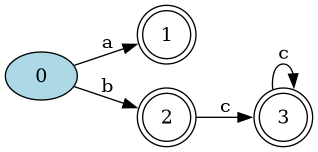
Earlier version of the Graphviz export DFA.png (Daniel-Sima/Clone-of-the-egrep-UNIX-command). Its source is kept beside it as DFA.dot.
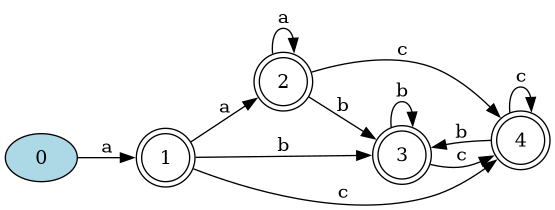
The same file after the commit.

Change to the diagram source:
```diff
@@ -4,10 +4,18 @@
 	1 [shape=doublecircle]
 	2 [shape=doublecircle]
 	3 [shape=doublecircle]
+	4 [shape=doublecircle]
 	0 [style=filled, fillcolor="lightblue"]
 
 	0->1 [label= "a"];
-	0->2 [label= "b"];
-	2->3 [label= "c"];
-	3->3 [label= "c"];
+	1->2 [label= "a"];
+	1->3 [label= "b"];
+	1->4 [label= "c"];
+	2->2 [label= "a"];
+	2->3 [label= "b"];
+	2->4 [label= "c"];
+	3->3 [label= "b"];
+	3->4 [label= "c"];
+	4->3 [label= "b"];
+	4->4 [label= "c"];
 }
```
